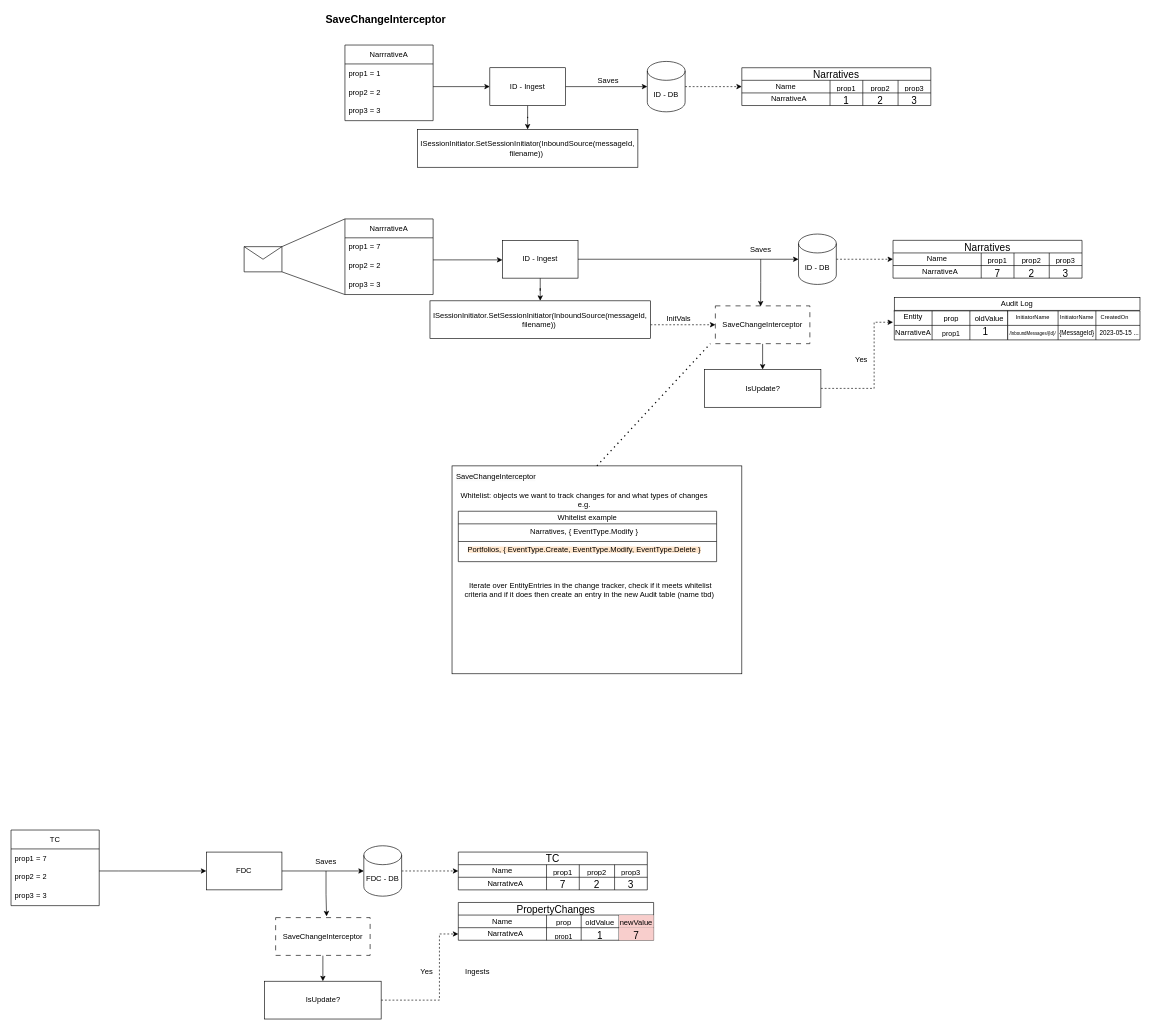
This is page "Page-1" (1 of 2) of Audit.drawio from jfaghy/drawings, a draw.io file, before an edit. Source tidied: cells renumbered, new cells numbered last; positions are measured from the earlier drawing's top-left corner, leaving out a move shared by most shapes. Both pictures are drawn from the tidied source at 63%, with x=0, y=0 at pixel (11, 11).
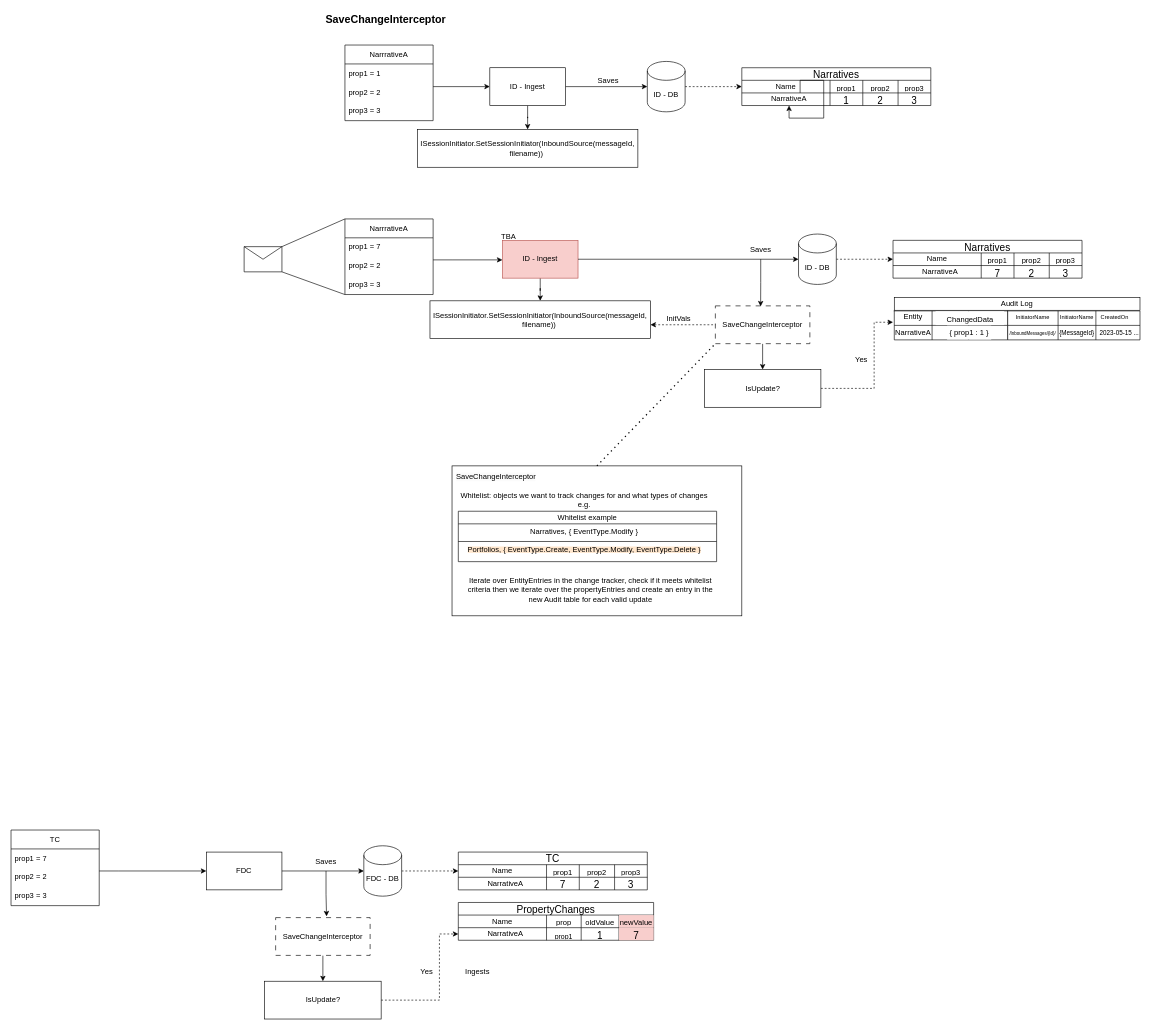
After the change.

Unchanged cells that the change refers to:
```xml
<mxCell id="13" value="SaveChangeInterceptor" style="rounded=0;whiteSpace=wrap;html=1;dashed=1;dashPattern=8 8;" parent="1" vertex="1">
  <mxGeometry x="1118" y="468" width="150" height="60" as="geometry" />
</mxCell>
<mxCell id="26" value="NarrativeA" style="text;html=1;strokeColor=none;fillColor=none;align=center;verticalAlign=middle;whiteSpace=wrap;rounded=0;" parent="1" vertex="1">
  <mxGeometry x="1200" y="130" width="70" height="20" as="geometry" />
</mxCell>
<mxCell id="102" value="ISessionInitiator.SetSessionInitiator(InboundSource(messageId, filename))&amp;nbsp;" style="rounded=0;whiteSpace=wrap;html=1;" parent="1" vertex="1">
  <mxGeometry x="665" y="460" width="350" height="60" as="geometry" />
</mxCell>
<mxCell id="108" style="shape=tableRow;horizontal=0;startSize=0;swimlaneHead=0;swimlaneBody=0;strokeColor=inherit;top=0;left=0;bottom=0;right=0;fillColor=none;fontSize=16;" parent="107" vertex="1">
  <mxGeometry width="180" height="23" as="geometry" />
</mxCell>
<mxCell id="112" style="shape=tableRow;horizontal=0;startSize=0;swimlaneHead=0;swimlaneBody=0;strokeColor=inherit;top=0;left=0;bottom=0;right=0;fillColor=none;fontSize=16;" parent="107" vertex="1">
  <mxGeometry y="23" width="180" height="23" as="geometry" />
</mxCell>
```

The edit, as a diff of the source:
```diff
@@
-    <mxCell id="30" value="ID - Ingest" style="rounded=0;whiteSpace=wrap;html=1;" parent="1" vertex="1">
+    <mxCell id="30" value="ID - Ingest" style="rounded=0;whiteSpace=wrap;html=1;fillColor=#f8cecc;strokeColor=#b85450;" parent="1" vertex="1">
       <mxGeometry x="780" y="364" width="120" height="60" as="geometry" />
     </mxCell>
@@
     <mxCell id="92" style="rounded=0;whiteSpace=wrap;html=1;" parent="1" vertex="1">
-      <mxGeometry x="700" y="722" width="460" height="330" as="geometry" />
+      <mxGeometry x="700" y="722" width="460" height="238" as="geometry" />
     </mxCell>
@@
-    <mxCell id="96" value="Iterate over EntityEntries in the change tracker, check if it meets whitelist criteria and if it does then create an entry in the new Audit table (name tbd)&amp;nbsp;" style="text;html=1;strokeColor=none;fillColor=none;align=center;verticalAlign=middle;whiteSpace=wrap;rounded=0;" parent="1" vertex="1">
+    <mxCell id="96" value="Iterate over EntityEntries in the change tracker, check if it meets whitelist criteria then we iterate over the propertyEntries and create an entry in the new Audit table for each valid update" style="text;html=1;strokeColor=none;fillColor=none;align=center;verticalAlign=middle;whiteSpace=wrap;rounded=0;" parent="1" vertex="1">
       <mxGeometry x="715" y="879" width="410" height="80" as="geometry" />
     </mxCell>
@@
-    <mxCell id="99" style="endArrow=none;dashed=1;html=1;dashPattern=1 3;strokeWidth=2;rounded=0;exitX=0.5;exitY=0;exitDx=0;exitDy=0;" parent="1" edge="1" source="92">
-      <mxGeometry relative="1" as="geometry">
-        <mxPoint x="1110" y="528" as="targetPoint" />
-      </mxGeometry>
+    <mxCell id="99" style="endArrow=none;dashed=1;html=1;dashPattern=1 3;strokeWidth=2;rounded=0;exitX=0.5;exitY=0;exitDx=0;exitDy=0;entryX=0;entryY=1;entryDx=0;entryDy=0;" parent="1" edge="1" source="92" target="13">
+      <mxGeometry relative="1" as="geometry" />
     </mxCell>
@@
-    <mxCell id="101" style="edgeStyle=orthogonalEdgeStyle;rounded=0;jettySize=auto;html=1;dashed=1;" parent="1" edge="1" source="102" target="13">
+    <mxCell id="101" style="edgeStyle=orthogonalEdgeStyle;rounded=0;jettySize=auto;html=1;dashed=1;startArrow=classic;startFill=1;endArrow=none;endFill=0;" parent="1" edge="1" source="102" target="13">
       <mxGeometry relative="1" as="geometry">
         <Array as="points">
           <mxPoint x="1040" y="498" />
           <mxPoint x="1040" y="498" />
         </Array>
       </mxGeometry>
     </mxCell>
@@
     <mxCell id="110" style="shape=partialRectangle;html=1;whiteSpace=wrap;strokeColor=inherit;overflow=hidden;fillColor=none;top=0;left=0;bottom=0;right=0;fontSize=16;" parent="108" vertex="1">
-      <mxGeometry x="60" width="60" height="23" as="geometry" />
+      <mxGeometry x="60" width="58" height="23" as="geometry" />
     </mxCell>
     <mxCell id="111" style="shape=partialRectangle;html=1;whiteSpace=wrap;strokeColor=inherit;overflow=hidden;fillColor=none;top=0;left=0;bottom=0;right=0;fontSize=16;" parent="108" vertex="1">
-      <mxGeometry x="120" width="60" height="23" as="geometry" />
+      <mxGeometry x="118" width="62" height="23" as="geometry" />
     </mxCell>
@@
     <mxCell id="114" style="shape=partialRectangle;html=1;whiteSpace=wrap;strokeColor=inherit;overflow=hidden;fillColor=none;top=0;left=0;bottom=0;right=0;fontSize=16;" parent="112" vertex="1">
-      <mxGeometry x="60" width="60" height="23" as="geometry" />
+      <mxGeometry x="60" width="58" height="23" as="geometry" />
     </mxCell>
     <mxCell id="115" style="shape=partialRectangle;html=1;whiteSpace=wrap;strokeColor=inherit;overflow=hidden;fillColor=none;top=0;left=0;bottom=0;right=0;fontSize=16;" parent="112" vertex="1">
-      <mxGeometry x="120" width="60" height="23" as="geometry" />
+      <mxGeometry x="118" width="62" height="23" as="geometry" />
     </mxCell>
@@
-    <mxCell id="118" value="&lt;font style=&quot;font-size: 12px;&quot;&gt;prop&lt;/font&gt;" style="shape=partialRectangle;html=1;whiteSpace=wrap;strokeColor=inherit;overflow=hidden;fillColor=none;top=0;left=0;bottom=0;right=0;fontSize=16;verticalAlign=bottom;horizontal=1;labelPosition=center;verticalLabelPosition=middle;align=center;" parent="1" vertex="1">
-      <mxGeometry x="1461.5" y="476" width="61" height="20" as="geometry" />
+    <mxCell id="118" value="&lt;font style=&quot;font-size: 12px;&quot;&gt;ChangedData&lt;/font&gt;" style="shape=partialRectangle;html=1;whiteSpace=wrap;overflow=hidden;top=0;left=0;bottom=0;right=0;fontSize=16;verticalAlign=bottom;horizontal=1;labelPosition=center;verticalLabelPosition=middle;align=center;" parent="1" vertex="1">
+      <mxGeometry x="1467.5" y="476.5" width="109" height="22" as="geometry" />
     </mxCell>
-    <mxCell id="119" value="&lt;font style=&quot;font-size: 12px;&quot;&gt;oldValue&lt;/font&gt;" style="shape=partialRectangle;html=1;whiteSpace=wrap;strokeColor=inherit;overflow=hidden;fillColor=none;top=0;left=0;bottom=0;right=0;fontSize=16;verticalAlign=bottom;" parent="1" vertex="1">
-      <mxGeometry x="1519" y="476" width="68" height="20" as="geometry" />
-    </mxCell>
-    <mxCell id="120" value="1" style="shape=partialRectangle;html=1;whiteSpace=wrap;strokeColor=inherit;overflow=hidden;fillColor=none;top=0;left=0;bottom=0;right=0;fontSize=16;direction=south;" parent="1" vertex="1">
-      <mxGeometry x="1537" y="475" width="20" height="68" as="geometry" />
-    </mxCell>
-    <mxCell id="121" value="&lt;font style=&quot;font-size: 11px;&quot;&gt;prop1&lt;/font&gt;" style="shape=partialRectangle;html=1;whiteSpace=wrap;strokeColor=inherit;overflow=hidden;fillColor=none;top=0;left=0;bottom=0;right=0;fontSize=16;verticalAlign=bottom;" parent="1" vertex="1">
-      <mxGeometry x="1461.5" y="500" width="61" height="20" as="geometry" />
-    </mxCell>
@@
+    <mxCell id="138" style="edgeStyle=orthogonalEdgeStyle;rounded=0;orthogonalLoop=1;jettySize=auto;html=1;exitX=0.75;exitY=0;exitDx=0;exitDy=0;" parent="1" edge="1" source="26" target="26">
+      <mxGeometry relative="1" as="geometry" />
+    </mxCell>
+    <mxCell id="139" value="{ prop1 : 1 }" style="text;html=1;align=center;verticalAlign=middle;whiteSpace=wrap;rounded=0;fillColor=default;" parent="1" vertex="1">
+      <mxGeometry x="1485.8" y="499.5" width="70" height="22" as="geometry" />
+    </mxCell>
+    <mxCell id="140" value="TBA" style="text;html=1;strokeColor=none;fillColor=none;align=center;verticalAlign=middle;whiteSpace=wrap;rounded=0;" parent="1" vertex="1">
+      <mxGeometry x="760" y="344" width="60" height="30" as="geometry" />
+    </mxCell>
```
